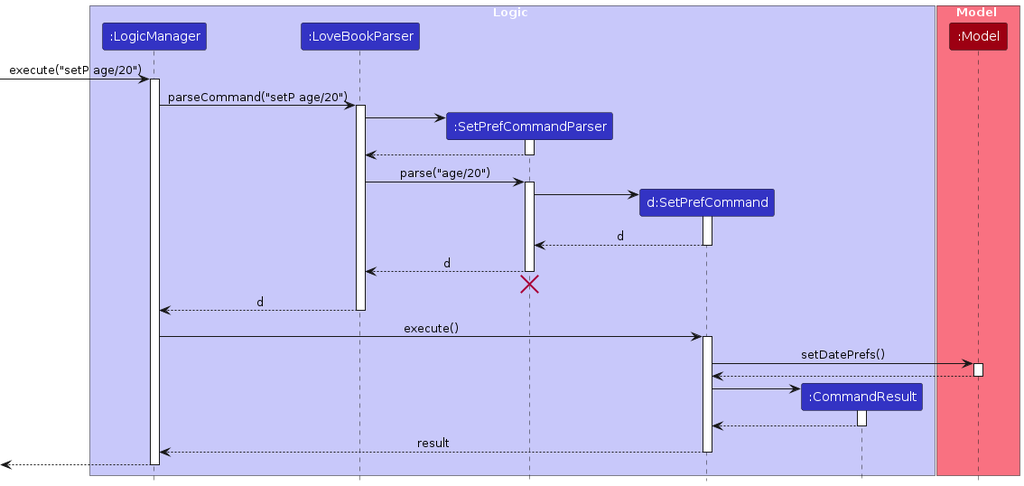
Before: diagrams/SetPrefSequence.png, a diagram exported from PlantUML (AY2324S1-CS2103T-F10-2/tp). Its source is kept beside it as diagrams/SetPrefSequence.puml.
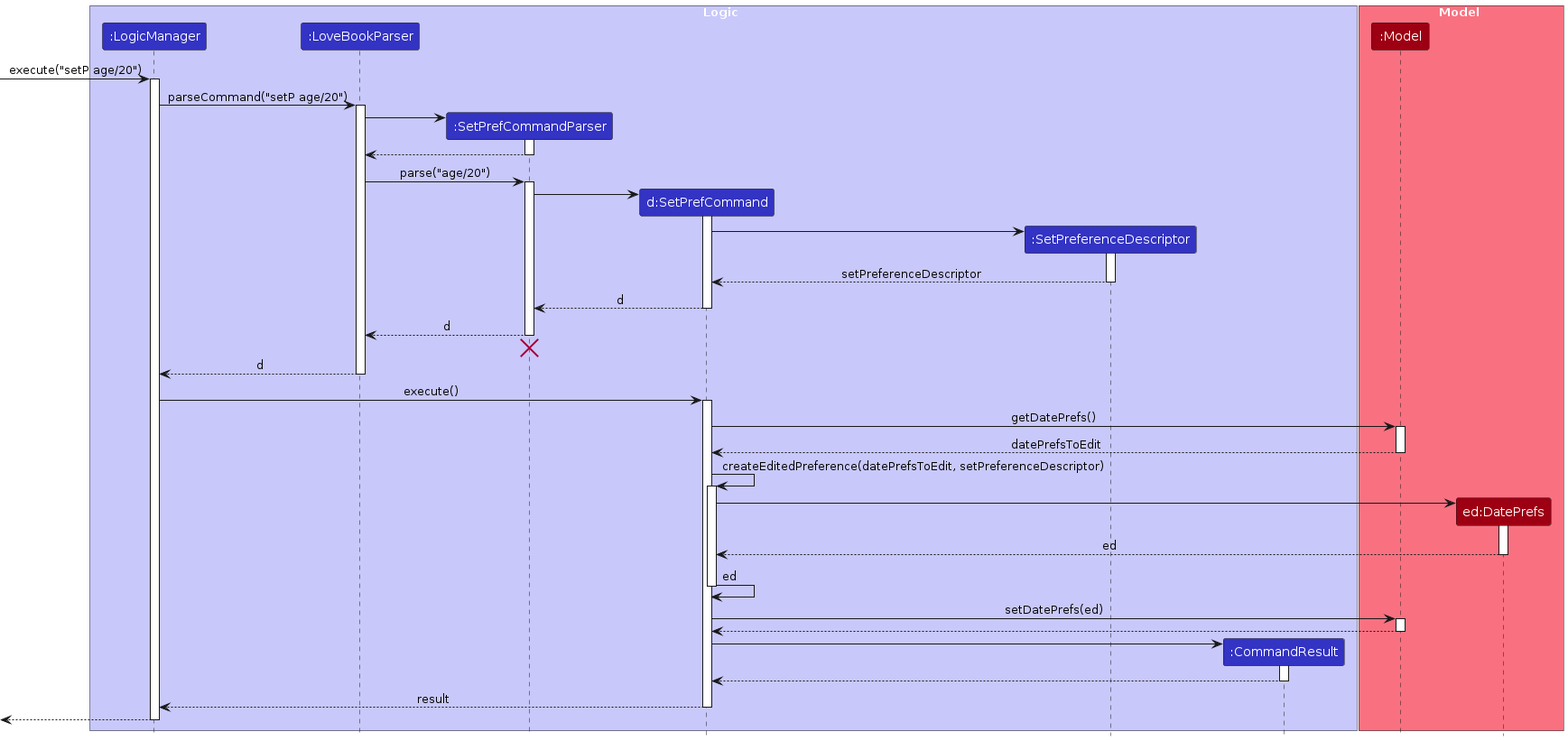
After the commit.

Change to the diagram source:
```diff
@@ -7,11 +7,13 @@
 participant ":LoveBookParser" as LoveBookParser LOGIC_COLOR
 participant ":SetPrefCommandParser" as SetPrefCommandParser LOGIC_COLOR
 participant "d:SetPrefCommand" as SetPrefCommand LOGIC_COLOR
+participant ":SetPreferenceDescriptor" as SetPreferenceDescriptor LOGIC_COLOR
 participant ":CommandResult" as CommandResult LOGIC_COLOR
 end box
 
 box Model MODEL_COLOR_T1
 participant ":Model" as Model MODEL_COLOR
+participant "ed:DatePrefs" as DatePrefs MODEL_COLOR
 end box
 
 [-> LogicManager : execute("setP age/20")
@@ -34,6 +36,13 @@
 SetPrefCommandParser -> SetPrefCommand
 activate SetPrefCommand
 
+create SetPreferenceDescriptor
+SetPrefCommand -> SetPreferenceDescriptor
+activate SetPreferenceDescriptor
+
+SetPreferenceDescriptor --> SetPrefCommand : setPreferenceDescriptor
+deactivate SetPreferenceDescriptor
+
 SetPrefCommand --> SetPrefCommandParser : d
 deactivate SetPrefCommand
 
@@ -48,7 +57,27 @@
 LogicManager -> SetPrefCommand : execute()
 activate SetPrefCommand
 
-SetPrefCommand -> Model : setDatePrefs()
+
+SetPrefCommand -> Model : getDatePrefs()
+activate Model
+
+Model --> SetPrefCommand : datePrefsToEdit
+deactivate Model
+
+SetPrefCommand -> SetPrefCommand : createEditedPreference(datePrefsToEdit, setPreferenceDescriptor)
+activate SetPrefCommand
+
+create DatePrefs
+SetPrefCommand -> DatePrefs
+activate DatePrefs
+
+DatePrefs --> SetPrefCommand : ed
+deactivate DatePrefs
+
+SetPrefCommand -> SetPrefCommand : ed
+deactivate SetPrefCommand
+
+SetPrefCommand -> Model : setDatePrefs(ed)
 activate Model
 
 Model --> SetPrefCommand
```
